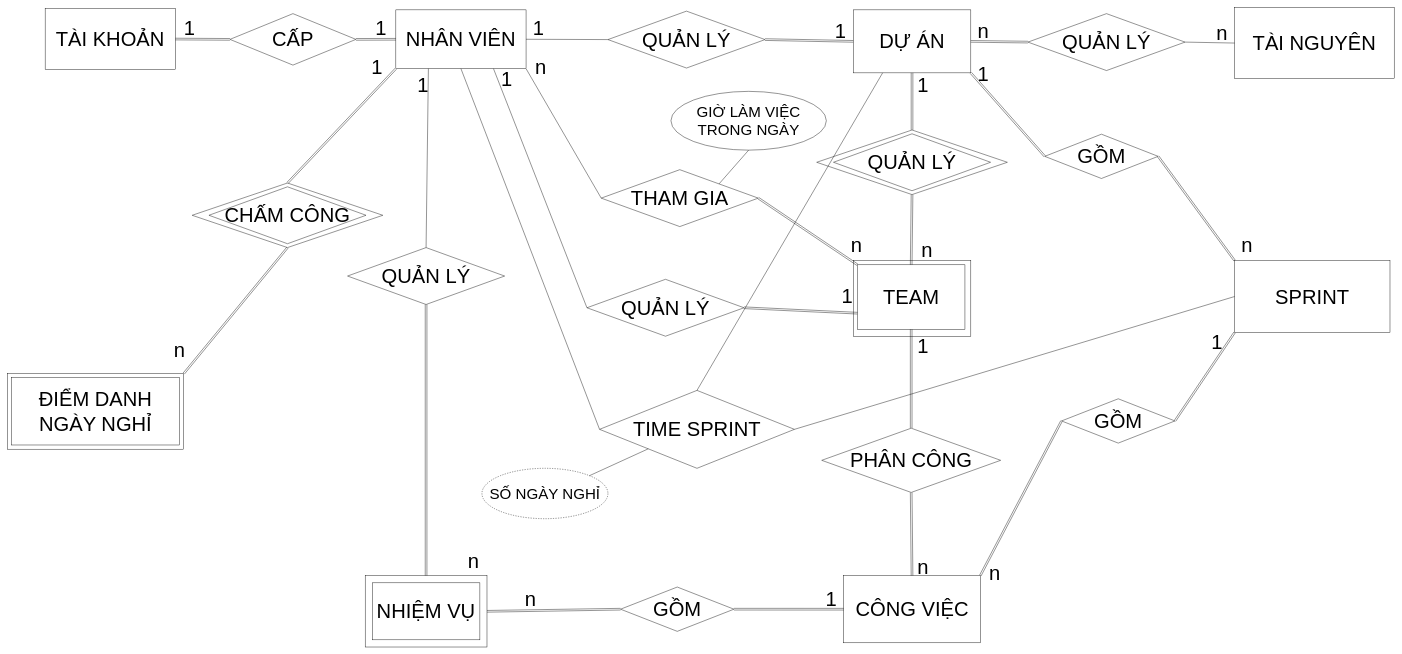
Earlier version of the draw.io diagram Relation_ERD.drawio (Narius2030/Project-Management-App). Source tidied: cells renumbered, new cells numbered last; positions are measured from the earlier drawing's top-left corner, leaving out a move shared by most shapes. Both pictures are drawn from the tidied source at 42%, with x=0, y=0 at pixel (7, 7).
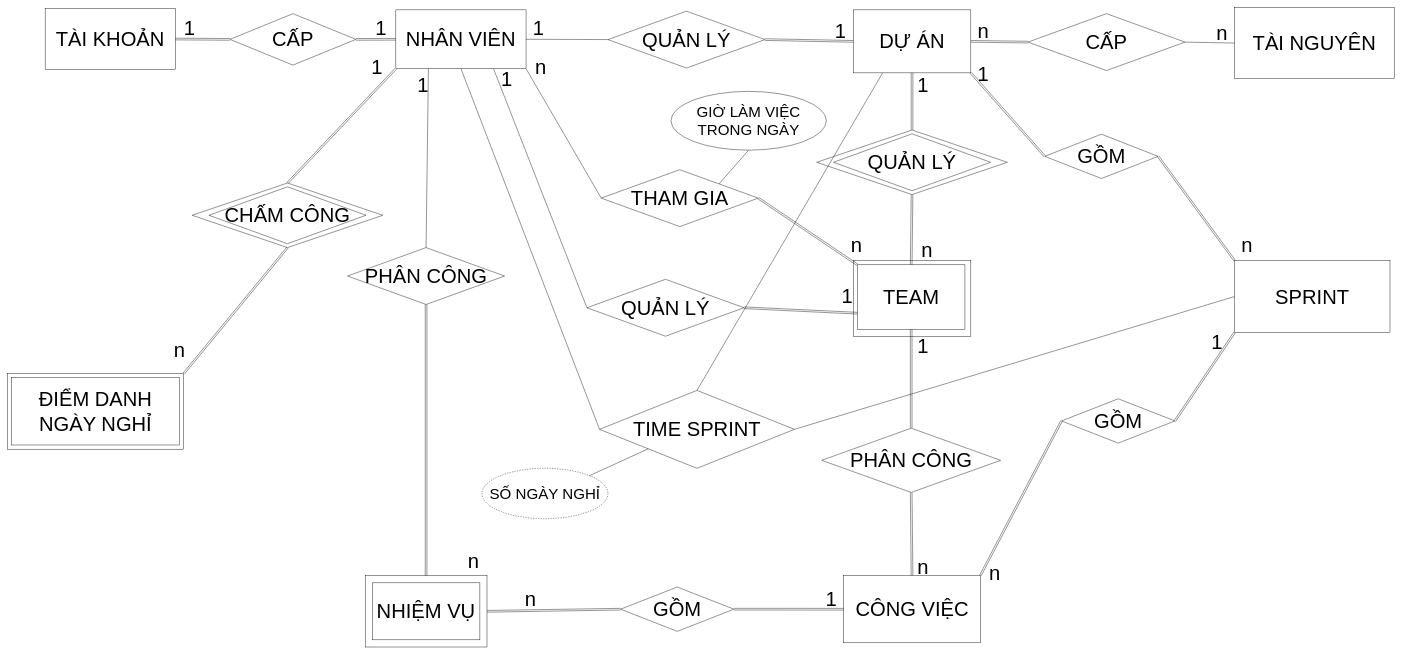
Above is the later version.

Diff of the diagram source:
```diff
@@
-    <mxCell id="22" value="&lt;span style=&quot;font-size: 48px;&quot;&gt;QUẢN LÝ&lt;/span&gt;" style="rhombus;whiteSpace=wrap;html=1;" parent="1" vertex="1">
+    <mxCell id="22" value="&lt;span style=&quot;font-size: 48px;&quot;&gt;CẤP&lt;/span&gt;" style="rhombus;whiteSpace=wrap;html=1;" parent="1" vertex="1">
       <mxGeometry x="2430" y="15" width="374" height="135.5" as="geometry" />
     </mxCell>
@@
-    <mxCell id="58" value="&lt;span style=&quot;font-size: 48px;&quot;&gt;QUẢN LÝ&lt;/span&gt;" style="rhombus;whiteSpace=wrap;html=1;" parent="1" vertex="1">
+    <mxCell id="58" value="&lt;span style=&quot;font-size: 48px;&quot;&gt;PHÂN CÔNG&lt;/span&gt;" style="rhombus;whiteSpace=wrap;html=1;" parent="1" vertex="1">
       <mxGeometry x="810" y="572" width="374" height="135.5" as="geometry" />
     </mxCell>
```
